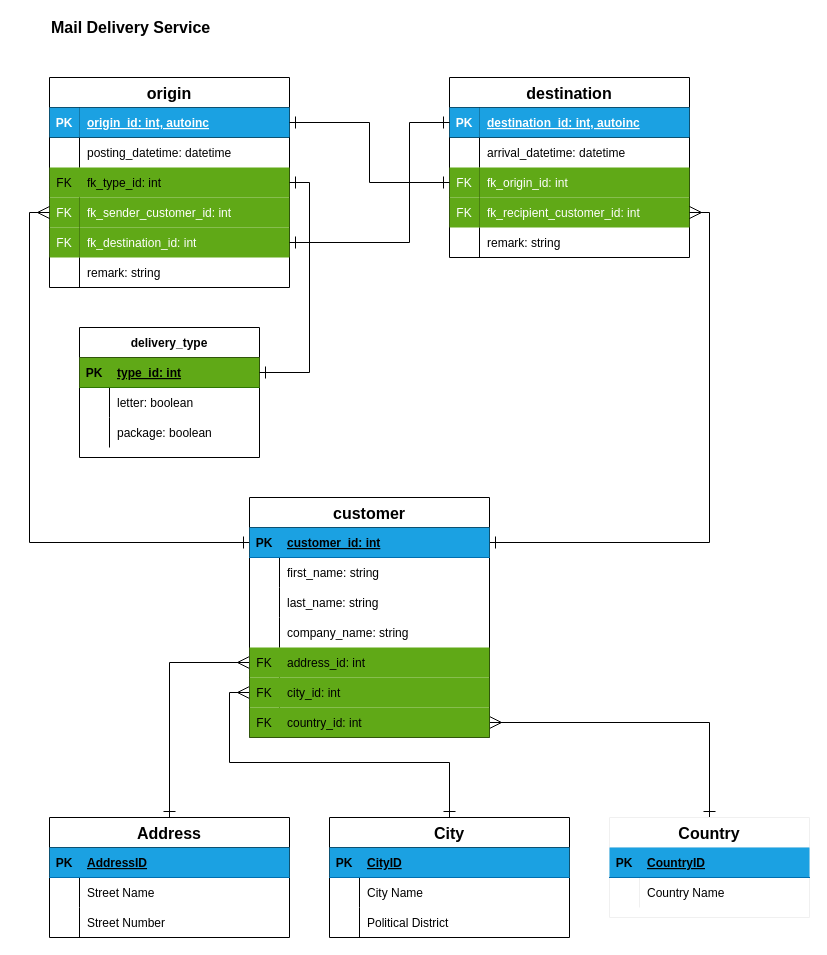
The draw.io diagram concept/04-normalized-class-diagram.svg.drawio in mbalabanov/CFLMS-MarinBalabanov-CodeReview-09, before the edit. Source tidied: cells renumbered, new cells numbered last; positions are measured from the earlier drawing's top-left corner, leaving out a move shared by most shapes. Both pictures are drawn from the tidied source at 100%, with x=0, y=0 at pixel (49, 17).
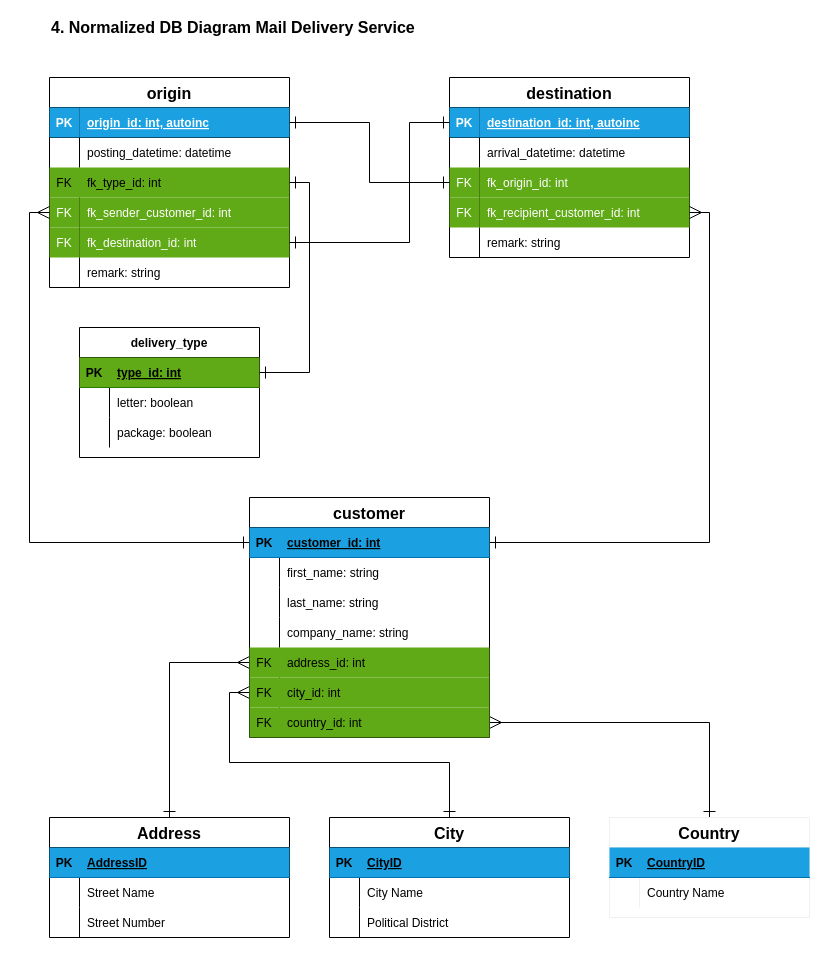
The same page after the edit.

What changed in the source:
```diff
@@
-    <mxCell id="2" value="Mail Delivery Service" style="text;html=1;strokeColor=none;fillColor=none;align=left;verticalAlign=middle;whiteSpace=wrap;rounded=0;fontStyle=1;fontSize=16;" parent="1" vertex="1">
-      <mxGeometry width="210" height="20" as="geometry" />
+    <mxCell id="2" value="4. Normalized DB Diagram Mail Delivery Service" style="text;html=1;strokeColor=none;fillColor=none;align=left;verticalAlign=middle;whiteSpace=wrap;rounded=0;fontStyle=1;fontSize=16;" parent="1" vertex="1">
+      <mxGeometry width="380" height="20" as="geometry" />
     </mxCell>
```
